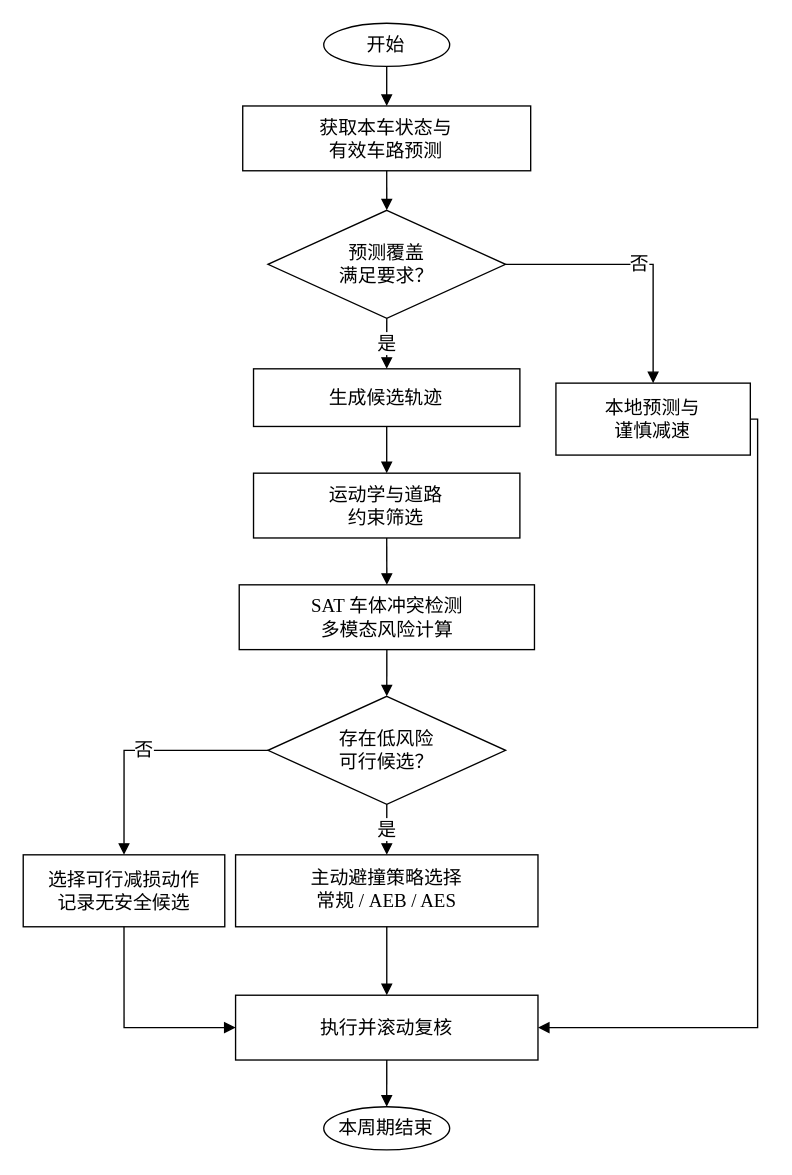
Above: page "碰撞风险评估与主动避撞决策流程" (4 of 6) of docs/figures/flowcharts_paper_2026-10-26/论文流程图.drawio in AaaBinfinity/OccluActiSafe (draw.io), before the change. Source tidied: cells renumbered, new cells numbered last; positions are measured from the earlier drawing's top-left corner, leaving out a move shared by most shapes. Both pictures are drawn from the tidied source at 135%, with x=0, y=0 at pixel (23, 23).
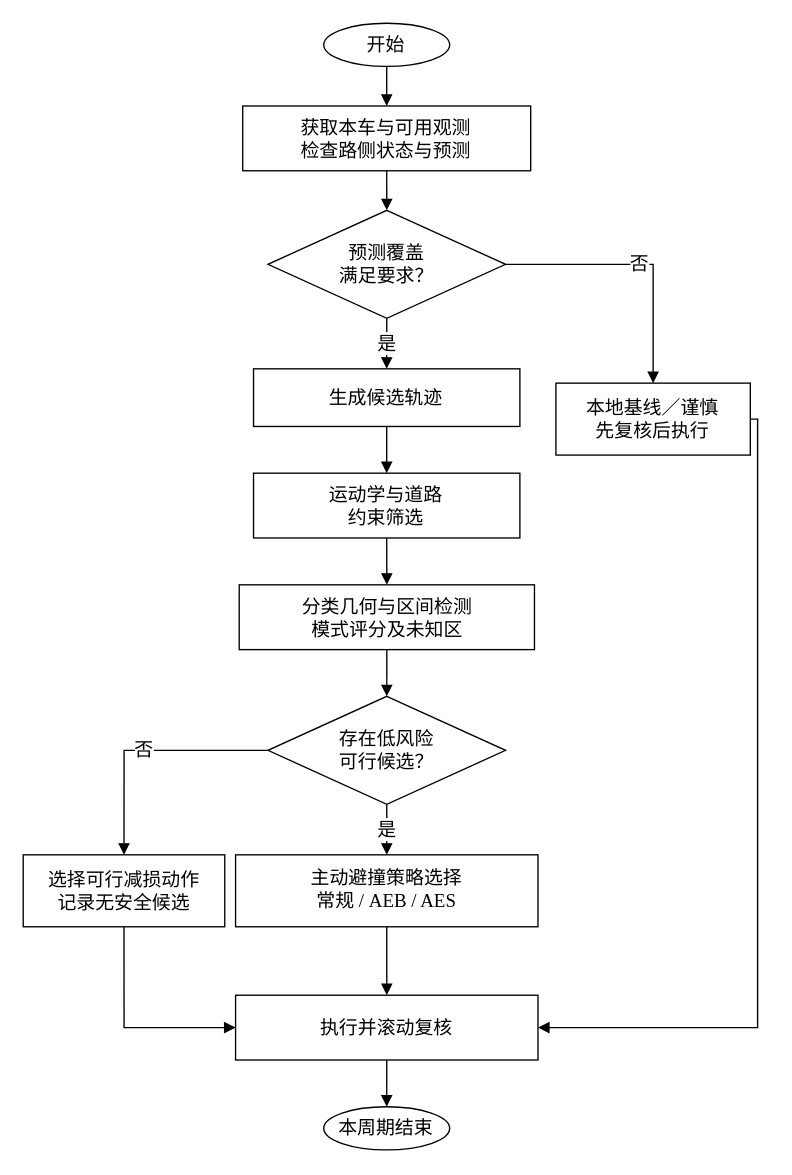
Above is the later version.

Diff of the diagram source:
```diff
@@
-    <mxCell id="3" value="&lt;span style=&quot;white-space:pre;font-family:SimSun&quot;&gt;获取本车状态与&lt;/span&gt;&lt;br&gt;&lt;span style=&quot;white-space:pre;font-family:SimSun&quot;&gt;有效车路预测&lt;/span&gt;" style="shape=rectangle;rounded=0;whiteSpace=wrap;html=1;fillColor=#ffffff;strokeColor=#000000;strokeWidth=1;fontColor=#000000;fontFamily=SimSun;fontSize=14;align=center;verticalAlign=middle;" parent="1" vertex="1">
+    <mxCell id="3" value="&lt;span style=&quot;white-space:pre;font-family:SimSun&quot;&gt;获取本车与可用观测&lt;/span&gt;&lt;br&gt;&lt;span style=&quot;white-space:pre;font-family:SimSun&quot;&gt;检查路侧状态与预测&lt;/span&gt;" style="shape=rectangle;rounded=0;whiteSpace=wrap;html=1;fillColor=#ffffff;strokeColor=#000000;strokeWidth=1;fontColor=#000000;fontFamily=SimSun;fontSize=14;align=center;verticalAlign=middle;" parent="1" vertex="1">
       <mxGeometry x="162.3" y="61" width="213.3" height="48" as="geometry" />
     </mxCell>
@@
-    <mxCell id="6" value="&lt;span style=&quot;white-space:pre;font-family:SimSun&quot;&gt;本地预测与&lt;/span&gt;&lt;br&gt;&lt;span style=&quot;white-space:pre;font-family:SimSun&quot;&gt;谨慎减速&lt;/span&gt;" style="shape=rectangle;rounded=0;whiteSpace=wrap;html=1;fillColor=#ffffff;strokeColor=#000000;strokeWidth=1;fontColor=#000000;fontFamily=SimSun;fontSize=14;align=center;verticalAlign=middle;" parent="1" vertex="1">
+    <mxCell id="6" value="&lt;span style=&quot;white-space:pre;font-family:SimSun&quot;&gt;本地基线／谨慎&lt;/span&gt;&lt;br&gt;&lt;span style=&quot;white-space:pre;font-family:SimSun&quot;&gt;先复核后执行&lt;/span&gt;" style="shape=rectangle;rounded=0;whiteSpace=wrap;html=1;fillColor=#ffffff;strokeColor=#000000;strokeWidth=1;fontColor=#000000;fontFamily=SimSun;fontSize=14;align=center;verticalAlign=middle;" parent="1" vertex="1">
       <mxGeometry x="394.3" y="266.3" width="144" height="53.3" as="geometry" />
     </mxCell>
@@
-    <mxCell id="8" value="&lt;span style=&quot;white-space:pre;font-family:Times New Roman&quot;&gt;SAT &lt;/span&gt;&lt;span style=&quot;white-space:pre;font-family:SimSun&quot;&gt;车体冲突检测&lt;/span&gt;&lt;br&gt;&lt;span style=&quot;white-space:pre;font-family:SimSun&quot;&gt;多模态风险计算&lt;/span&gt;" style="shape=rectangle;rounded=0;whiteSpace=wrap;html=1;fillColor=#ffffff;strokeColor=#000000;strokeWidth=1;fontColor=#000000;fontFamily=SimSun;fontSize=14;align=center;verticalAlign=middle;" parent="1" vertex="1">
+    <mxCell id="8" value="&lt;span style=&quot;white-space:pre;font-family:SimSun&quot;&gt;分类几何与区间检测&lt;/span&gt;&lt;br&gt;&lt;span style=&quot;white-space:pre;font-family:SimSun&quot;&gt;模式评分及未知区&lt;/span&gt;" style="shape=rectangle;rounded=0;whiteSpace=wrap;html=1;fillColor=#ffffff;strokeColor=#000000;strokeWidth=1;fontColor=#000000;fontFamily=SimSun;fontSize=14;align=center;verticalAlign=middle;" parent="1" vertex="1">
       <mxGeometry x="159.7" y="415.7" width="218.7" height="48" as="geometry" />
     </mxCell>
```
